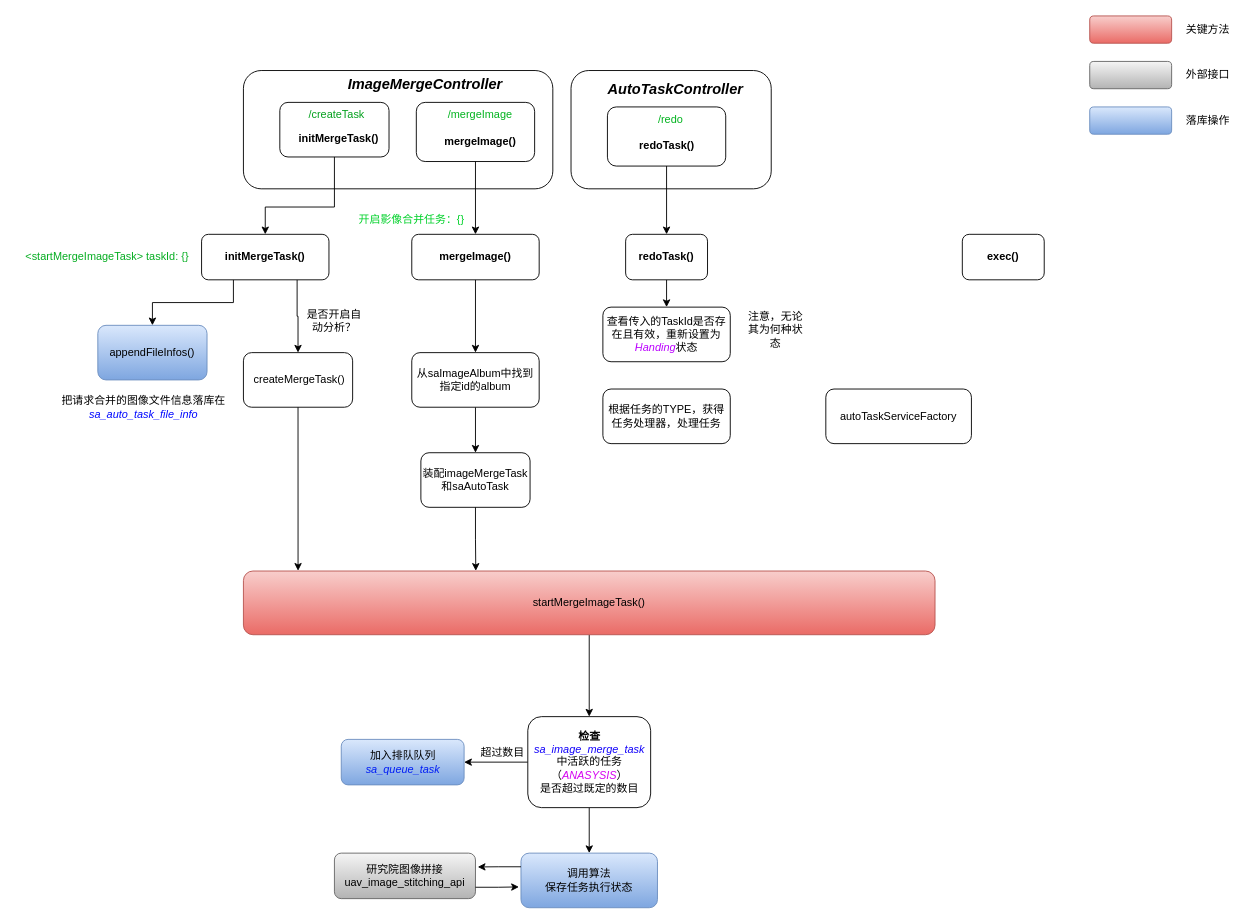
This is 图像拼接主要接口逻辑.drawio from RK-JD/DrawIO, a draw.io file, before an edit. Source tidied: cells renumbered, new cells numbered last; positions are measured from the earlier drawing's top-left corner, leaving out a move shared by most shapes. Both pictures are drawn from the tidied source at 91%, with x=0, y=0 at pixel (15, 15).
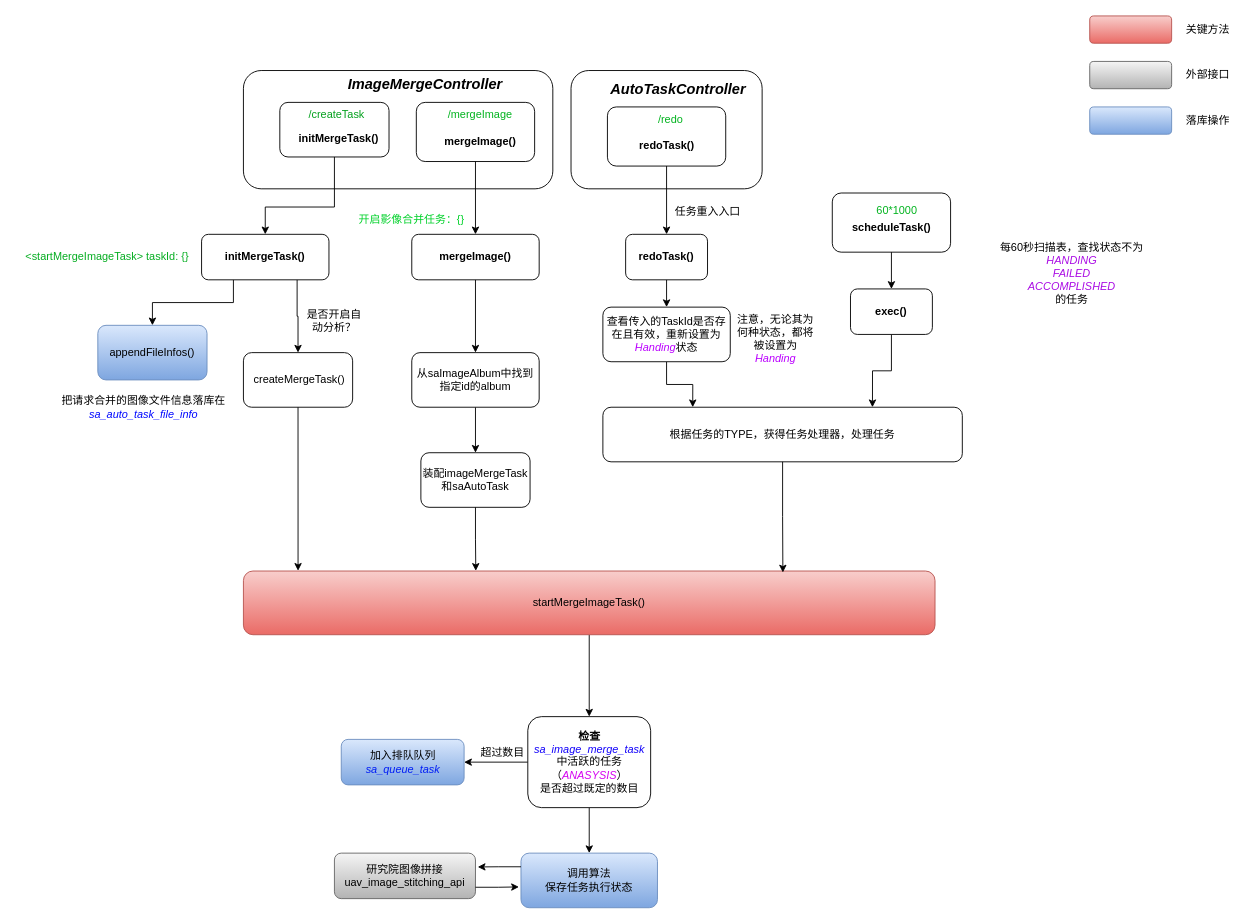
Above is the later version.

Commit message:
更新图像拼接主要接口逻辑.drawio

The change refers to these unchanged cells:
```xml
<mxCell id="22" value="startMergeImageTask()" style="rounded=1;whiteSpace=wrap;html=1;fillColor=#f8cecc;gradientColor=#ea6b66;strokeColor=#b85450;" parent="1" vertex="1">
  <mxGeometry x="250" y="610" width="760" height="70" as="geometry" />
</mxCell>
<mxCell id="57" value="查看传入的TaskId是否存在且有效，重新设置为&lt;i style=&quot;&quot;&gt;&lt;font color=&quot;#bb00ff&quot;&gt;Handing&lt;/font&gt;&lt;/i&gt;状态" style="rounded=1;whiteSpace=wrap;html=1;" parent="1" vertex="1">
  <mxGeometry x="645" y="320" width="140" height="60" as="geometry" />
</mxCell>
```

Change to the diagram source:
```diff
@@
     <mxCell id="2" style="rounded=1;whiteSpace=wrap;html=1;" parent="1" vertex="1">
-      <mxGeometry x="610" y="60" width="220" height="130" as="geometry" />
+      <mxGeometry x="610" y="60" width="210" height="130" as="geometry" />
     </mxCell>
@@
+    <mxCell id="61" style="edgeStyle=orthogonalEdgeStyle;rounded=0;jettySize=auto;html=1;exitX=0.5;exitY=1;exitDx=0;exitDy=0;entryX=0.75;entryY=0;entryDx=0;entryDy=0;" parent="1" edge="1" source="48" target="59">
+      <mxGeometry relative="1" as="geometry" />
+    </mxCell>
     <mxCell id="48" value="&lt;span style=&quot;text-wrap: nowrap;&quot;&gt;exec()&lt;/span&gt;" style="rounded=1;whiteSpace=wrap;html=1;fontStyle=1;" parent="1" vertex="1">
-      <mxGeometry x="1040" y="240" width="90" height="50" as="geometry" />
+      <mxGeometry x="917.1" y="300" width="90" height="50" as="geometry" />
     </mxCell>
@@
     <mxCell id="55" value="&lt;b&gt;&lt;i&gt;&lt;font style=&quot;font-size: 16px;&quot;&gt;AutoTaskController&lt;/font&gt;&lt;/i&gt;&lt;/b&gt;" style="text;html=1;align=center;verticalAlign=middle;whiteSpace=wrap;rounded=0;" parent="1" vertex="1">
-      <mxGeometry x="695" y="65" width="60" height="30" as="geometry" />
+      <mxGeometry x="697.5" y="65" width="60" height="30" as="geometry" />
     </mxCell>
@@
+    <mxCell id="62" style="edgeStyle=orthogonalEdgeStyle;rounded=0;jettySize=auto;html=1;exitX=0.5;exitY=1;exitDx=0;exitDy=0;entryX=0.25;entryY=0;entryDx=0;entryDy=0;" parent="1" edge="1" source="57" target="59">
+      <mxGeometry relative="1" as="geometry" />
+    </mxCell>
@@
-    <mxCell id="58" value="注意，无论其为何种状态" style="text;html=1;align=center;verticalAlign=middle;whiteSpace=wrap;rounded=0;" parent="1" vertex="1">
-      <mxGeometry x="800" y="330" width="70" height="30" as="geometry" />
+    <mxCell id="58" value="注意，无论其为何种状态，都将被设置为&lt;i&gt;&lt;font color=&quot;#bb00ff&quot;&gt;Handing&lt;/font&gt;&lt;/i&gt;" style="text;html=1;align=center;verticalAlign=middle;whiteSpace=wrap;rounded=0;" parent="1" vertex="1">
+      <mxGeometry x="790" y="340" width="90" height="30" as="geometry" />
     </mxCell>
     <mxCell id="59" value="根据任务的TYPE，获得任务处理器，处理任务" style="rounded=1;whiteSpace=wrap;html=1;" parent="1" vertex="1">
-      <mxGeometry x="645" y="410" width="140" height="60" as="geometry" />
+      <mxGeometry x="645" y="430" width="395" height="60" as="geometry" />
     </mxCell>
-    <mxCell id="60" value="autoTaskServiceFactory" style="rounded=1;whiteSpace=wrap;html=1;" parent="1" vertex="1">
-      <mxGeometry x="890" y="410" width="160" height="60" as="geometry" />
-    </mxCell>
+    <mxCell id="63" style="group;" parent="1" vertex="1">
+      <mxGeometry x="890" y="200" width="130" height="65" as="geometry" />
+    </mxCell>
+    <mxCell id="64" style="rounded=1;whiteSpace=wrap;html=1;" parent="63" vertex="1">
+      <mxGeometry x="7.1" y="-5.4" width="130" height="65" as="geometry" />
+    </mxCell>
+    <mxCell id="65" value="60*1000" style="text;whiteSpace=wrap;fontColor=#00b31e;" parent="63" vertex="1">
+      <mxGeometry x="54.2" width="35.8" height="27.1" as="geometry" />
+    </mxCell>
+    <mxCell id="66" value="&lt;b&gt;scheduleTask()&lt;/b&gt;" style="text;html=1;align=center;verticalAlign=middle;whiteSpace=wrap;rounded=0;" parent="63" vertex="1">
+      <mxGeometry x="39.6" y="16.3" width="65" height="32.5" as="geometry" />
+    </mxCell>
+    <mxCell id="67" style="edgeStyle=orthogonalEdgeStyle;rounded=0;jettySize=auto;html=1;exitX=0.5;exitY=1;exitDx=0;exitDy=0;entryX=0.5;entryY=0;entryDx=0;entryDy=0;" parent="1" edge="1" source="64" target="48">
+      <mxGeometry relative="1" as="geometry" />
+    </mxCell>
+    <mxCell id="68" value="每60秒扫描表，查找状态不为&lt;div&gt;&lt;font color=&quot;#aa0ce4&quot;&gt;&lt;i&gt;HANDING&lt;/i&gt;&lt;/font&gt;&lt;/div&gt;&lt;div&gt;&lt;font color=&quot;#aa0ce4&quot;&gt;&lt;i&gt;FAILED&lt;/i&gt;&lt;/font&gt;&lt;/div&gt;&lt;div&gt;&lt;font color=&quot;#aa0ce4&quot;&gt;&lt;i&gt;ACCOMPLISHED&lt;/i&gt;&lt;/font&gt;&lt;/div&gt;&lt;div&gt;的任务&lt;/div&gt;" style="text;html=1;align=center;verticalAlign=middle;strokeColor=none;fillColor=none;" parent="1" vertex="1">
+      <mxGeometry x="1070" y="237.5" width="180" height="90" as="geometry" />
+    </mxCell>
+    <mxCell id="69" value="任务重入入口" style="text;html=1;align=center;verticalAlign=middle;strokeColor=none;fillColor=none;" parent="1" vertex="1">
+      <mxGeometry x="710" y="200" width="100" height="30" as="geometry" />
+    </mxCell>
+    <mxCell id="70" style="edgeStyle=orthogonalEdgeStyle;rounded=0;jettySize=auto;html=1;exitX=0.5;exitY=1;exitDx=0;exitDy=0;entryX=0.78;entryY=0.023;entryDx=0;entryDy=0;entryPerimeter=0;" parent="1" edge="1" source="59" target="22">
+      <mxGeometry relative="1" as="geometry" />
+    </mxCell>
```
